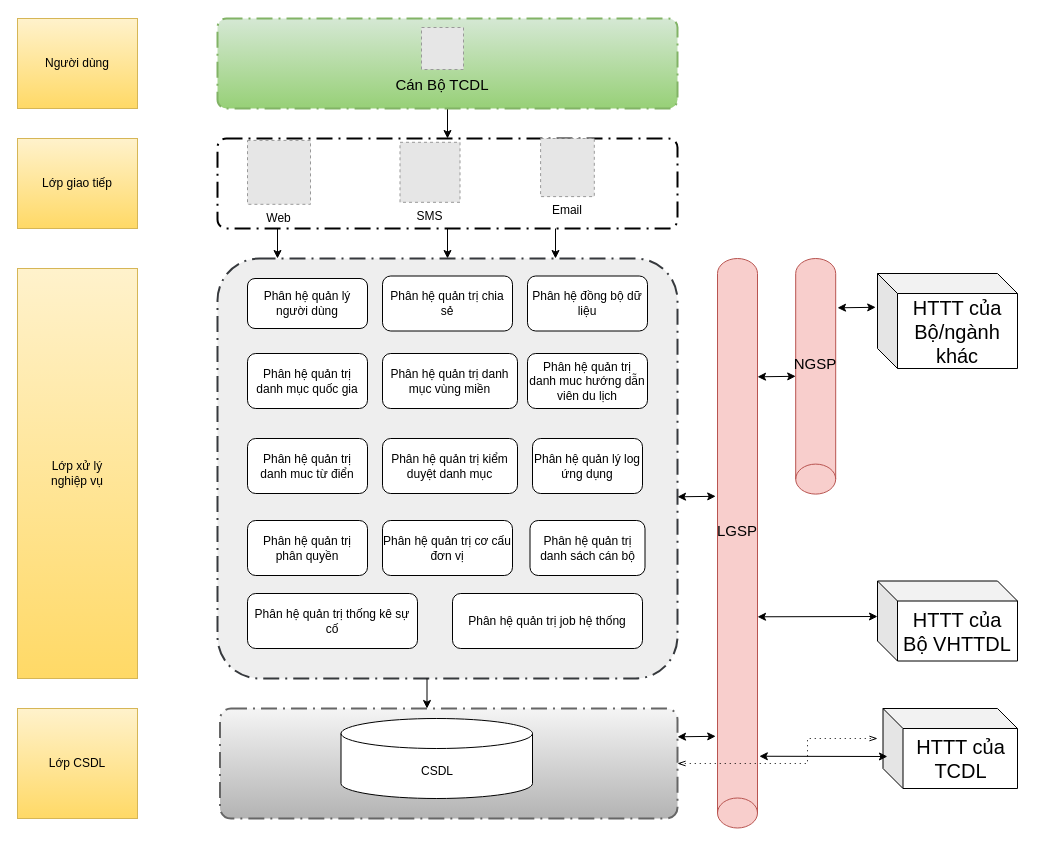
letheanh12345/Draw-io keeps this draw.io diagram as page "QUAN_TRI_HE_THONG_DC" (2 of 5) of tcdl.drawio. Above is the earlier version. Source tidied: cells renumbered, new cells numbered last; positions are measured from the earlier drawing's top-left corner, leaving out a move shared by most shapes. Both pictures are drawn from the tidied source at 100%, with x=0, y=0 at pixel (17, 18). Pictures stored in the file or linked from it are replaced by grey dashed boxes.
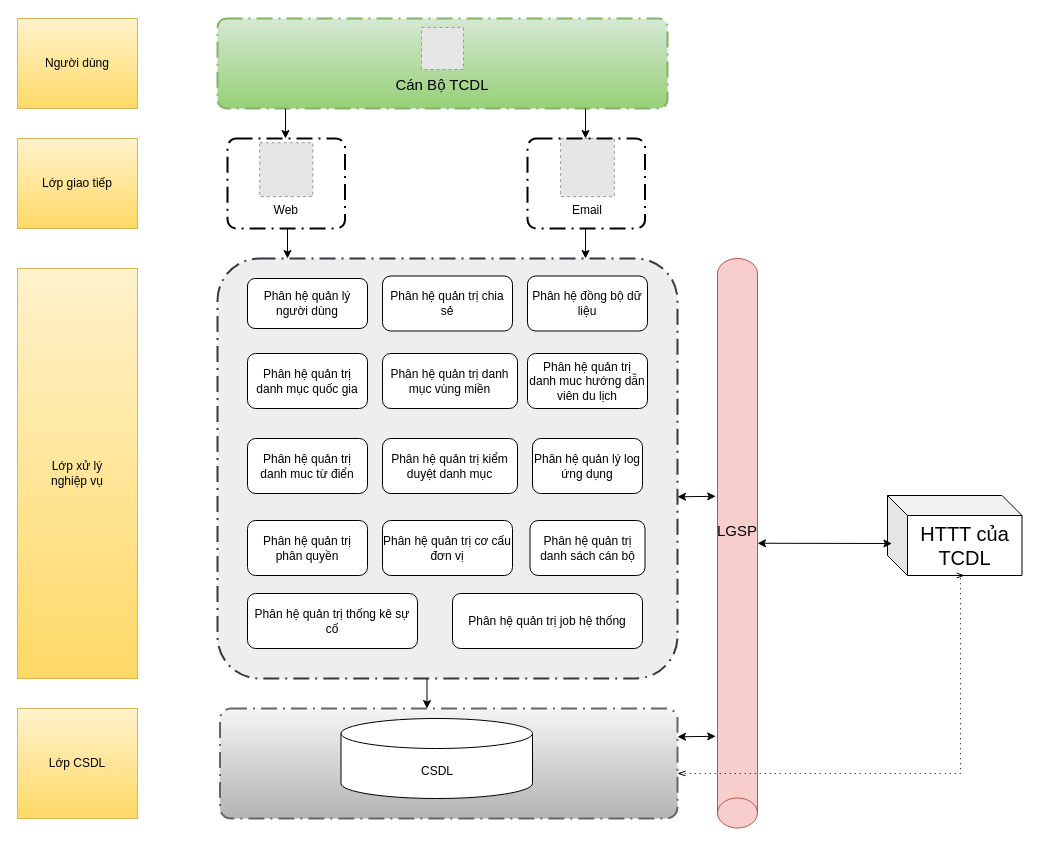
Above is the later version.

Unchanged cells that the change refers to:
```xml
<mxCell id="10" style="points=[[0.25,0,0],[0.5,0,0],[0.75,0,0],[1,0.25,0],[1,0.5,0],[1,0.75,0],[0.75,1,0],[0.5,1,0],[0.25,1,0],[0,0.75,0],[0,0.5,0],[0,0.25,0]];rounded=1;arcSize=10;dashed=1;strokeColor=#36393d;fillColor=#eeeeee;dashPattern=8 3 1 3;strokeWidth=2;fontStyle=1;fontSize=20;" parent="1" vertex="1">
  <mxGeometry x="200" y="240" width="460" height="420" as="geometry" />
</mxCell>
<mxCell id="25" style="points=[[0.25,0,0],[0.5,0,0],[0.75,0,0],[1,0.25,0],[1,0.5,0],[1,0.75,0],[0.75,1,0],[0.5,1,0],[0.25,1,0],[0,0.75,0],[0,0.5,0],[0,0.25,0]];rounded=1;arcSize=10;dashed=1;strokeColor=#666666;fillColor=#f5f5f5;gradientColor=#b3b3b3;dashPattern=8 3 1 3;strokeWidth=2;fontStyle=1;fontSize=20;" parent="1" vertex="1">
  <mxGeometry x="202.5" y="690" width="457.5" height="110" as="geometry" />
</mxCell>
<mxCell id="34" value="&lt;font style=&quot;font-size: 15px;&quot;&gt;LGSP&lt;/font&gt;" style="shape=cylinder3;whiteSpace=wrap;html=1;boundedLbl=1;backgroundOutline=1;size=15;direction=west;fillColor=#f8cecc;strokeColor=#b85450;" parent="1" vertex="1">
  <mxGeometry x="700" y="240" width="40" height="569.5" as="geometry" />
</mxCell>
```

The edit, as a diff of the source:
```diff
@@
-    <mxCell id="2" style="edgeStyle=orthogonalEdgeStyle;rounded=0;jettySize=auto;html=1;entryX=0.5;entryY=0;entryDx=0;entryDy=0;entryPerimeter=0;" parent="1" edge="1" source="3" target="10">
-      <mxGeometry relative="1" as="geometry" />
-    </mxCell>
     <mxCell id="3" style="points=[[0.25,0,0],[0.5,0,0],[0.75,0,0],[1,0.25,0],[1,0.5,0],[1,0.75,0],[0.75,1,0],[0.5,1,0],[0.25,1,0],[0,0.75,0],[0,0.5,0],[0,0.25,0]];rounded=1;arcSize=10;dashed=1;strokeColor=#000000;fillColor=none;gradientColor=none;dashPattern=8 3 1 3;strokeWidth=2;fontStyle=1;fontSize=20;" parent="1" vertex="1">
-      <mxGeometry x="200" y="120" width="460" height="90" as="geometry" />
+      <mxGeometry x="210" y="120" width="117.5" height="90" as="geometry" />
     </mxCell>
     <mxCell id="4" value="Web" style="fillColor=#E6E6E6;strokeColor=#999999;dashed=1;verticalLabelPosition=bottom;labelBackgroundColor=default;verticalAlign=top;" parent="1" vertex="1">
-      <mxGeometry x="230" y="121.9" width="63" height="63.9" as="geometry" />
+      <mxGeometry x="242.2" y="124.2" width="53.1" height="53.9" as="geometry" />
     </mxCell>
-    <mxCell id="5" value="SMS" style="fillColor=#E6E6E6;strokeColor=#999999;dashed=1;verticalLabelPosition=bottom;labelBackgroundColor=default;verticalAlign=top;" parent="1" vertex="1">
-      <mxGeometry x="382.5" y="123.8" width="60" height="60" as="geometry" />
-    </mxCell>
     <mxCell id="6" value="Email" style="fillColor=#E6E6E6;strokeColor=#999999;dashed=1;verticalLabelPosition=bottom;labelBackgroundColor=default;verticalAlign=top;" parent="1" vertex="1">
-      <mxGeometry x="523.1" y="120" width="53.7" height="58.1" as="geometry" />
+      <mxGeometry x="543.1" y="120" width="53.7" height="58.1" as="geometry" />
     </mxCell>
-    <mxCell id="7" style="edgeStyle=orthogonalEdgeStyle;rounded=0;jettySize=auto;html=1;entryX=0.5;entryY=0;entryDx=0;entryDy=0;entryPerimeter=0;" parent="1" edge="1" source="8" target="3">
-      <mxGeometry relative="1" as="geometry" />
-    </mxCell>
     <mxCell id="8" style="points=[[0.25,0,0],[0.5,0,0],[0.75,0,0],[1,0.25,0],[1,0.5,0],[1,0.75,0],[0.75,1,0],[0.5,1,0],[0.25,1,0],[0,0.75,0],[0,0.5,0],[0,0.25,0]];rounded=1;arcSize=10;dashed=1;strokeColor=#82b366;fillColor=#d5e8d4;gradientColor=#97d077;dashPattern=8 3 1 3;strokeWidth=2;fontStyle=1;fontSize=20;" parent="1" vertex="1">
-      <mxGeometry x="200" width="460" height="90" as="geometry" />
+      <mxGeometry x="200" width="450" height="90" as="geometry" />
     </mxCell>
@@
     <mxCell id="31" style="edgeStyle=orthogonalEdgeStyle;rounded=0;orthogonalLoop=1;jettySize=auto;html=1;entryX=0.5;entryY=0;entryDx=0;entryDy=0;entryPerimeter=0;" parent="1" edge="1">
       <mxGeometry relative="1" as="geometry">
-        <mxPoint x="538" y="210" as="sourcePoint" />
-        <mxPoint x="538" y="240" as="targetPoint" />
+        <mxPoint x="568" y="210" as="sourcePoint" />
+        <mxPoint x="568" y="240" as="targetPoint" />
       </mxGeometry>
     </mxCell>
     <mxCell id="32" style="edgeStyle=orthogonalEdgeStyle;rounded=0;orthogonalLoop=1;jettySize=auto;html=1;entryX=0.5;entryY=0;entryDx=0;entryDy=0;entryPerimeter=0;" parent="1" edge="1">
       <mxGeometry relative="1" as="geometry">
-        <mxPoint x="260" y="210" as="sourcePoint" />
-        <mxPoint x="260" y="240" as="targetPoint" />
+        <mxPoint x="270" y="210" as="sourcePoint" />
+        <mxPoint x="270" y="240" as="targetPoint" />
       </mxGeometry>
     </mxCell>
@@
     <mxCell id="35" value="HTTT của TCDL" style="shape=cube;whiteSpace=wrap;html=1;boundedLbl=1;backgroundOutline=1;darkOpacity=0.05;darkOpacity2=0.1;fontSize=20;" parent="1" vertex="1">
-      <mxGeometry x="865.5" y="690" width="134.5" height="80" as="geometry" />
+      <mxGeometry x="870" y="477" width="134.5" height="80" as="geometry" />
     </mxCell>
-    <mxCell id="36" value="HTTT của Bộ VHTTDL" style="shape=cube;whiteSpace=wrap;html=1;boundedLbl=1;backgroundOutline=1;darkOpacity=0.05;darkOpacity2=0.1;fontSize=20;" parent="1" vertex="1">
-      <mxGeometry x="860" y="562.5" width="140" height="80" as="geometry" />
-    </mxCell>
-    <mxCell id="37" value="HTTT của Bộ/ngành khác" style="shape=cube;whiteSpace=wrap;html=1;boundedLbl=1;backgroundOutline=1;darkOpacity=0.05;darkOpacity2=0.1;fontSize=20;" parent="1" vertex="1">
-      <mxGeometry x="860" y="255" width="140" height="95" as="geometry" />
-    </mxCell>
-    <mxCell id="38" value="&lt;font style=&quot;font-size: 15px;&quot;&gt;NGSP&lt;/font&gt;" style="shape=cylinder3;whiteSpace=wrap;html=1;boundedLbl=1;backgroundOutline=1;size=15;direction=west;fillColor=#f8cecc;strokeColor=#b85450;" parent="1" vertex="1">
-      <mxGeometry x="778.2" y="240" width="40" height="235.6" as="geometry" />
-    </mxCell>
-    <mxCell id="39" style="endArrow=classic;startArrow=classic;html=1;rounded=0;fontSize=20;exitX=-0.046;exitY=0.204;exitDx=0;exitDy=0;exitPerimeter=0;entryX=1;entryY=0.5;entryDx=0;entryDy=0;entryPerimeter=0;" parent="1" edge="1" target="38">
-      <mxGeometry relative="1" as="geometry">
-        <mxPoint x="740" y="358.3" as="sourcePoint" />
-      </mxGeometry>
-    </mxCell>
@@
-    <mxCell id="41" style="endArrow=classic;startArrow=classic;html=1;rounded=0;fontSize=20;exitX=-0.046;exitY=0.204;exitDx=0;exitDy=0;exitPerimeter=0;entryX=1;entryY=0.5;entryDx=0;entryDy=0;entryPerimeter=0;" parent="1" edge="1">
-      <mxGeometry relative="1" as="geometry">
-        <mxPoint x="820" y="289.3" as="sourcePoint" />
-        <mxPoint x="858.2" y="288.8" as="targetPoint" />
-      </mxGeometry>
-    </mxCell>
-    <mxCell id="42" style="endArrow=classic;startArrow=classic;html=1;rounded=0;fontSize=20;exitX=-0.046;exitY=0.204;exitDx=0;exitDy=0;exitPerimeter=0;" parent="1" edge="1">
-      <mxGeometry relative="1" as="geometry">
-        <mxPoint x="740" y="598.3" as="sourcePoint" />
-        <mxPoint x="860" y="598" as="targetPoint" />
-      </mxGeometry>
-    </mxCell>
-    <mxCell id="43" style="endArrow=classic;startArrow=classic;html=1;rounded=0;fontSize=20;exitX=-0.046;exitY=0.126;exitDx=0;exitDy=0;exitPerimeter=0;entryX=0.033;entryY=0.6;entryDx=0;entryDy=0;entryPerimeter=0;" parent="1" edge="1" source="34" target="35">
+    <mxCell id="43" style="endArrow=classic;startArrow=classic;html=1;rounded=0;fontSize=20;exitX=0;exitY=0.5;exitDx=0;exitDy=0;exitPerimeter=0;entryX=0.033;entryY=0.6;entryDx=0;entryDy=0;entryPerimeter=0;" parent="1" edge="1" source="34" target="35">
       <mxGeometry relative="1" as="geometry" />
     </mxCell>
-    <mxCell id="44" style="edgeStyle=elbowEdgeStyle;fontSize=12;html=1;endFill=0;startFill=0;endSize=6;startSize=6;dashed=1;dashPattern=1 4;endArrow=openThin;startArrow=openThin;rounded=0;exitX=1;exitY=0.5;exitDx=0;exitDy=0;exitPerimeter=0;" parent="1" edge="1" source="25">
+    <mxCell id="44" style="edgeStyle=elbowEdgeStyle;fontSize=12;html=1;endFill=0;startFill=0;endSize=6;startSize=6;dashed=1;dashPattern=1 4;endArrow=openThin;startArrow=openThin;rounded=0;exitX=1;exitY=0.5;exitDx=0;exitDy=0;exitPerimeter=0;entryX=0;entryY=0;entryDx=77.25;entryDy=80;entryPerimeter=0;" parent="1" edge="1" target="35">
       <mxGeometry relative="1" as="geometry">
-        <mxPoint x="860" y="720" as="targetPoint" />
+        <mxPoint x="660" y="755" as="sourcePoint" />
         <Array as="points">
-          <mxPoint x="790" y="730" />
-          <mxPoint x="688" y="1020" />
+          <mxPoint x="943" y="680" />
+          <mxPoint x="790" y="740" />
+          <mxPoint x="688" y="1030" />
         </Array>
       </mxGeometry>
     </mxCell>
@@
+    <mxCell id="47" style="rounded=1;arcSize=10;dashed=1;strokeColor=#000000;fillColor=none;gradientColor=none;dashPattern=8 3 1 3;strokeWidth=2;fontStyle=1;fontSize=20;" parent="1" vertex="1">
+      <mxGeometry x="510" y="120" width="117.5" height="90" as="geometry" />
+    </mxCell>
+    <mxCell id="48" style="edgeStyle=orthogonalEdgeStyle;rounded=0;orthogonalLoop=1;jettySize=auto;html=1;entryX=0.5;entryY=0;entryDx=0;entryDy=0;entryPerimeter=0;" parent="1" edge="1">
+      <mxGeometry relative="1" as="geometry">
+        <mxPoint x="568" y="90" as="sourcePoint" />
+        <mxPoint x="568" y="120" as="targetPoint" />
+      </mxGeometry>
+    </mxCell>
+    <mxCell id="49" style="edgeStyle=orthogonalEdgeStyle;rounded=0;orthogonalLoop=1;jettySize=auto;html=1;entryX=0.5;entryY=0;entryDx=0;entryDy=0;entryPerimeter=0;" parent="1" edge="1">
+      <mxGeometry relative="1" as="geometry">
+        <mxPoint x="268" y="90" as="sourcePoint" />
+        <mxPoint x="268" y="120" as="targetPoint" />
+      </mxGeometry>
+    </mxCell>
```
